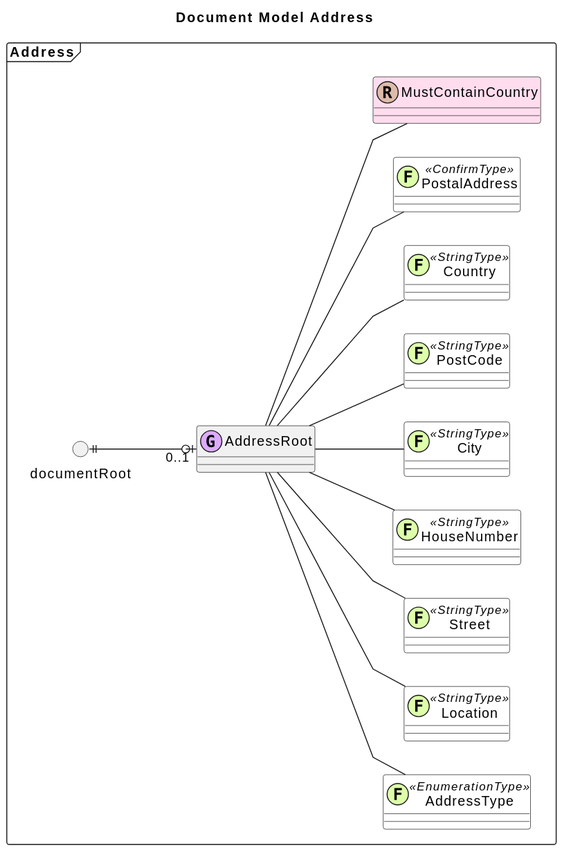
Above: dataservices-test-resources/src/main/resources/diagrams/images/Address.svg in mgm-tp/a12-dataservices (PlantUML), before the change. Its source is kept beside it as dataservices-test-resources/src/main/resources/diagrams/generated/Address.puml. Source of this version:
```plantuml
@startuml

!procedure group(x)
class x << (G,#DDAAFF) >>
!endprocedure

!procedure cdmGroup(x)
group(x) #DDEEFF
!endprocedure

!procedure field(x)
class x << (F,#DDFFAA) >> #White
!endprocedure

!procedure embeddedField(name, type, fieldType)
name <<type>>: fieldType
!endprocedure

!procedure rule(x)
class x << (R,#DDBBAA) >> #FFDDEE
!endprocedure

!procedure embeddedRule(name, type)
<back:FFDDEE>name() <<type>></back>
!endprocedure

!procedure embeddedRule(name, type, $errorCondition)
.. <back:FFDDEE> name <<type>> </back> ..
<back:FFDDEE>errorCondition:</back> $errorCondition
!endprocedure

!procedure computation(x)
class x << (C,#DDBBAA) >> #FFEEDD
!endprocedure

!procedure computationAlternative($operation, $precondition)
.. alternative ..
operation: $operation
precondition: $precondition
!endprocedure

!procedure embeddedComputation(name, type, $operation, $precondition)
.. <back:FFEEDD> name <<type>> </back> ..
<back:FFEEDD>operation:</back> $operation
<back:FFEEDD>precondition:</back> $precondition
!endprocedure

!procedure document(x)
class x << (D,#AADDBB) >> #PowderBlue
!endprocedure

!procedure embeddedComputation(name, type )
<back:FFEEDD>name() <<type>></back>
!endprocedure

!procedure linkDocument(x)
class x << (L,#AADDFF) >> #PeachPuff
!endprocedure

!procedure linkGroup(x)
group(x) #PeachPuff
!endprocedure

!procedure relLink($name,$rmId,$link1,$link2,$ld="")
circle $name as $rmId #PeachPuff
$rmId $link1
$rmId $link2
!if $ld!=""
$rmId -[#IndianRed]right $ld: <<linkDocument>>
linkDocument($ld)
!endif
!endprocedure

skinparam linetype polyline
left to right direction

title Document Model Address

package "Address" as Address <<Frame>> {
	() "documentRoot" as AddressDocumentRoot
	group('"AddressRoot" as group_48575')
	field('"AddressType" as field_a48cs <<EnumerationType>>')
	group_48575 -- field_a48cs
	field('"Location" as field_c51b9 <<StringType>>')
	group_48575 -- field_c51b9
	field('"Street" as field_7bc6c <<StringType>>')
	group_48575 -- field_7bc6c
	field('"HouseNumber" as field_38cf3 <<StringType>>')
	group_48575 -- field_38cf3
	field('"City" as field_42965 <<StringType>>')
	group_48575 -- field_42965
	field('"PostCode" as field_623a3 <<StringType>>')
	group_48575 -- field_623a3
	field('"Country" as field_804c7 <<StringType>>')
	group_48575 -- field_804c7
	field('"PostalAddress" as field_ce1e7 <<ConfirmType>>')
	group_48575 -- field_ce1e7
	rule('"MustContainCountry" as rule_7c66e') {
}
	group_48575 -- rule_7c66e

	AddressDocumentRoot ||--o| "0..1" group_48575

}
@enduml
```
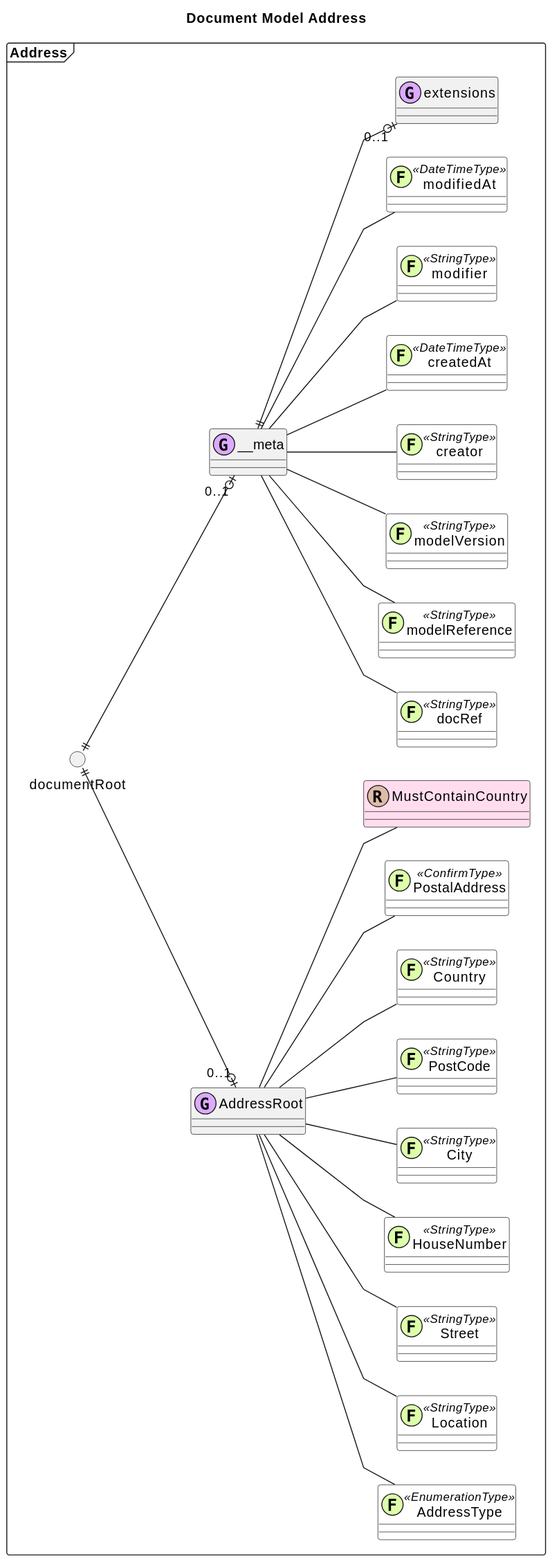
Later version of the same file.

What changed in the source:
```diff
@@ -101,5 +101,26 @@
 
 	AddressDocumentRoot ||--o| "0..1" group_48575
 
+	group('"__meta" as abc6a6767a60488754aace2accb73824_group_8f4b1')
+	field('"docRef" as abc6a6767a60488754aace2accb73824_field_1169c <<StringType>>')
+	abc6a6767a60488754aace2accb73824_group_8f4b1 -- abc6a6767a60488754aace2accb73824_field_1169c
+	field('"modelReference" as abc6a6767a60488754aace2accb73824_field_cfb40 <<StringType>>')
+	abc6a6767a60488754aace2accb73824_group_8f4b1 -- abc6a6767a60488754aace2accb73824_field_cfb40
+	field('"modelVersion" as abc6a6767a60488754aace2accb73824_field_17e3b <<StringType>>')
+	abc6a6767a60488754aace2accb73824_group_8f4b1 -- abc6a6767a60488754aace2accb73824_field_17e3b
+	field('"creator" as abc6a6767a60488754aace2accb73824_field_cdaf9 <<StringType>>')
+	abc6a6767a60488754aace2accb73824_group_8f4b1 -- abc6a6767a60488754aace2accb73824_field_cdaf9
+	field('"createdAt" as abc6a6767a60488754aace2accb73824_field_65672 <<DateTimeType>>')
+	abc6a6767a60488754aace2accb73824_group_8f4b1 -- abc6a6767a60488754aace2accb73824_field_65672
+	field('"modifier" as abc6a6767a60488754aace2accb73824_field_1fa32 <<StringType>>')
+	abc6a6767a60488754aace2accb73824_group_8f4b1 -- abc6a6767a60488754aace2accb73824_field_1fa32
+	field('"modifiedAt" as abc6a6767a60488754aace2accb73824_field_5cd66 <<DateTimeType>>')
+	abc6a6767a60488754aace2accb73824_group_8f4b1 -- abc6a6767a60488754aace2accb73824_field_5cd66
+	group('"extensions" as abc6a6767a60488754aace2accb73824_group_4c9a1')
+
+	abc6a6767a60488754aace2accb73824_group_8f4b1 ||--o| "0..1" abc6a6767a60488754aace2accb73824_group_4c9a1
+
+	AddressDocumentRoot ||--o| "0..1" abc6a6767a60488754aace2accb73824_group_8f4b1
+
 }
 @enduml
```
